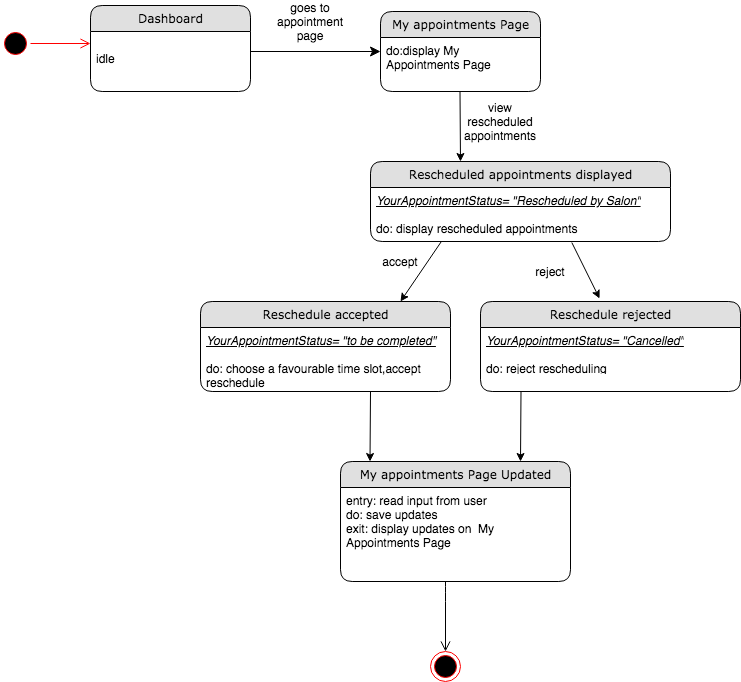
kkasharaj17/SE-project keeps this draw.io diagram as Diagrams/State Chart Diagrams FINAL/ST_08  ACCEPT,REJECT RESCHEDULING.png. Above is the earlier version. Source tidied: cells renumbered, new cells last; positions are measured from the earlier drawing's top-left corner, leaving out a move shared by most shapes.
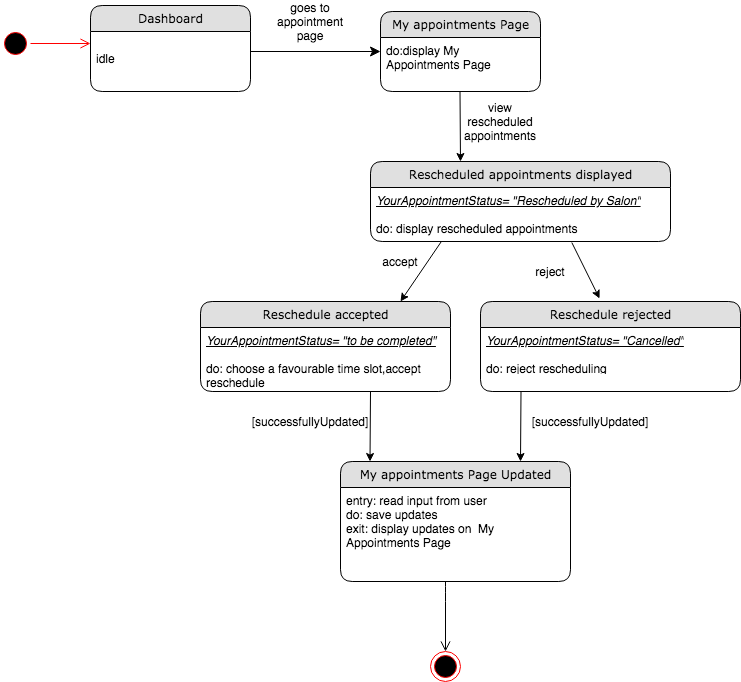
After the commit.

What changed in the source:
```diff
@@ -106,5 +106,11 @@
     <mxCell id="27" value="entry: read input from user&lt;br&gt;do: save updates&lt;br&gt;exit: display updates on&amp;nbsp; My Appointments Page" style="text;html=1;strokeColor=none;fillColor=none;spacingLeft=4;spacingRight=4;whiteSpace=wrap;overflow=hidden;" parent="26" vertex="1">
       <mxGeometry y="26" width="230" height="94" as="geometry" />
     </mxCell>
+    <mxCell id="28" value="[successfullyUpdated]" style="text;html=1;strokeColor=none;fillColor=none;align=center;verticalAlign=middle;whiteSpace=wrap;rounded=0;" parent="1" vertex="1">
+      <mxGeometry x="290" y="406" width="40" height="20" as="geometry" />
+    </mxCell>
+    <mxCell id="29" value="[successfullyUpdated]" style="text;html=1;strokeColor=none;fillColor=none;align=center;verticalAlign=middle;whiteSpace=wrap;rounded=0;" parent="1" vertex="1">
+      <mxGeometry x="570" y="406" width="40" height="20" as="geometry" />
+    </mxCell>
   </root>
 </mxGraphModel>
```
